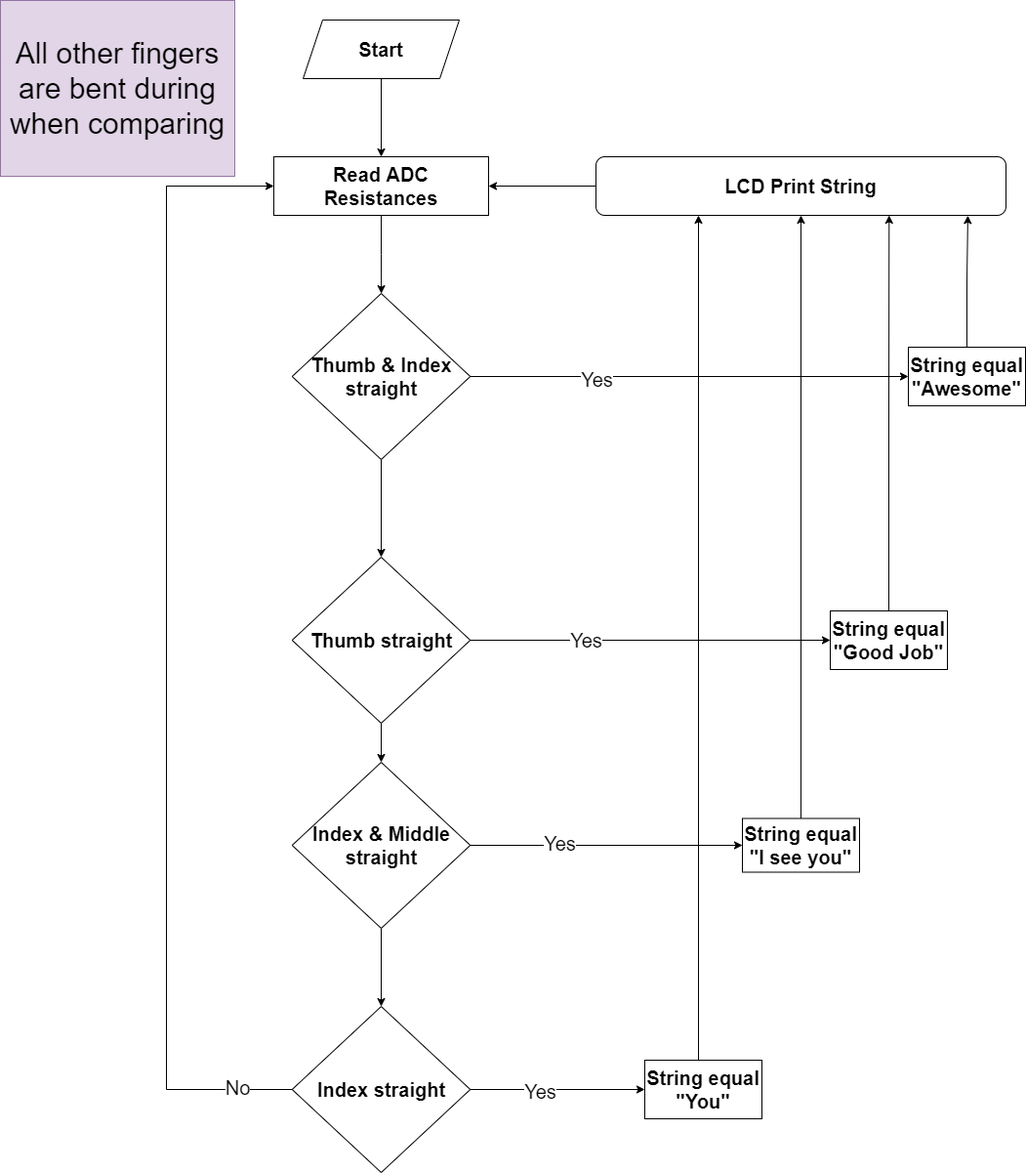
The draw.io diagram Glove FlowChart.png in NourAbdellatif/AMIT-Project, before a commit. Source tidied: cells renumbered, new cells last; positions are measured from the earlier drawing's top-left corner, leaving out a move shared by most shapes. Its diagram source:
```xml
<mxGraphModel>
  <root>
    <mxCell id="0" />
    <mxCell id="1" parent="0" />
    <mxCell id="2" style="edgeStyle=orthogonalEdgeStyle;rounded=0;jettySize=auto;html=1;fontSize=20;" parent="1" edge="1" source="3" target="5">
      <mxGeometry relative="1" as="geometry" />
    </mxCell>
    <mxCell id="3" value="&lt;b&gt;&lt;font style=&quot;font-size: 20px&quot;&gt;Start&lt;/font&gt;&lt;/b&gt;" style="shape=parallelogram;perimeter=parallelogramPerimeter;whiteSpace=wrap;html=1;fixedSize=1;" parent="1" vertex="1">
      <mxGeometry x="310" y="20" width="160" height="60" as="geometry" />
    </mxCell>
    <mxCell id="4" style="edgeStyle=orthogonalEdgeStyle;rounded=0;jettySize=auto;html=1;fontSize=20;" parent="1" edge="1" source="5" target="9">
      <mxGeometry relative="1" as="geometry" />
    </mxCell>
    <mxCell id="5" value="Read ADC Resistances" style="whiteSpace=wrap;html=1;fontSize=20;fontStyle=1;" parent="1" vertex="1">
      <mxGeometry x="280" y="160" width="220" height="60" as="geometry" />
    </mxCell>
    <mxCell id="6" style="edgeStyle=orthogonalEdgeStyle;rounded=0;jettySize=auto;html=1;fontSize=20;" parent="1" edge="1" source="9" target="11">
      <mxGeometry relative="1" as="geometry" />
    </mxCell>
    <mxCell id="7" value="Yes" style="edgeLabel;html=1;align=center;verticalAlign=middle;fontSize=20;" parent="6" vertex="1">
      <mxGeometry x="-0.43" y="-2" relative="1" as="geometry" />
    </mxCell>
    <mxCell id="8" style="edgeStyle=orthogonalEdgeStyle;rounded=0;jettySize=auto;html=1;fontSize=20;" parent="1" edge="1" source="9" target="15">
      <mxGeometry relative="1" as="geometry" />
    </mxCell>
    <mxCell id="9" value="Thumb &amp;amp; Index straight" style="rhombus;whiteSpace=wrap;html=1;fontSize=20;fontStyle=1;" parent="1" vertex="1">
      <mxGeometry x="298.8" y="300" width="182.5" height="170" as="geometry" />
    </mxCell>
    <mxCell id="10" style="edgeStyle=orthogonalEdgeStyle;rounded=0;jettySize=auto;html=1;exitX=0.5;exitY=0;exitDx=0;exitDy=0;entryX=0.907;entryY=1.004;entryDx=0;entryDy=0;entryPerimeter=0;fontSize=20;" parent="1" edge="1" source="11" target="24">
      <mxGeometry relative="1" as="geometry" />
    </mxCell>
    <mxCell id="11" value="String equal&lt;br&gt;&quot;Awesome&quot;" style="whiteSpace=wrap;html=1;fontSize=20;fontStyle=1;" parent="1" vertex="1">
      <mxGeometry x="930" y="355" width="120" height="60" as="geometry" />
    </mxCell>
    <mxCell id="12" style="edgeStyle=orthogonalEdgeStyle;rounded=0;jettySize=auto;html=1;fontSize=20;" parent="1" edge="1" source="15" target="17">
      <mxGeometry relative="1" as="geometry" />
    </mxCell>
    <mxCell id="13" value="Yes" style="edgeLabel;html=1;align=center;verticalAlign=middle;fontSize=20;" parent="12" vertex="1">
      <mxGeometry x="-0.36" y="1" relative="1" as="geometry" />
    </mxCell>
    <mxCell id="14" style="edgeStyle=orthogonalEdgeStyle;rounded=0;jettySize=auto;html=1;fontSize=20;" parent="1" edge="1" source="15" target="21">
      <mxGeometry relative="1" as="geometry" />
    </mxCell>
    <mxCell id="15" value="Thumb straight" style="rhombus;whiteSpace=wrap;html=1;fontSize=20;fontStyle=1;" parent="1" vertex="1">
      <mxGeometry x="298.8" y="570" width="182.5" height="170" as="geometry" />
    </mxCell>
    <mxCell id="16" style="edgeStyle=orthogonalEdgeStyle;rounded=0;jettySize=auto;html=1;exitX=0.5;exitY=0;exitDx=0;exitDy=0;entryX=0.715;entryY=1;entryDx=0;entryDy=0;entryPerimeter=0;fontSize=20;" parent="1" edge="1" source="17" target="24">
      <mxGeometry relative="1" as="geometry" />
    </mxCell>
    <mxCell id="17" value="String equal&lt;br&gt;&quot;Good Job&quot;" style="whiteSpace=wrap;html=1;fontSize=20;fontStyle=1;" parent="1" vertex="1">
      <mxGeometry x="850" y="625" width="120" height="60" as="geometry" />
    </mxCell>
    <mxCell id="18" style="edgeStyle=orthogonalEdgeStyle;rounded=0;jettySize=auto;html=1;fontSize=20;" parent="1" edge="1" source="21" target="26">
      <mxGeometry relative="1" as="geometry" />
    </mxCell>
    <mxCell id="19" value="Yes" style="edgeLabel;html=1;align=center;verticalAlign=middle;fontSize=20;" parent="18" vertex="1">
      <mxGeometry x="-0.35" y="3" relative="1" as="geometry" />
    </mxCell>
    <mxCell id="20" style="edgeStyle=orthogonalEdgeStyle;rounded=0;jettySize=auto;html=1;fontSize=20;" parent="1" edge="1" source="21" target="31">
      <mxGeometry relative="1" as="geometry" />
    </mxCell>
    <mxCell id="21" value="Index &amp;amp; Middle straight" style="rhombus;whiteSpace=wrap;html=1;fontSize=20;fontStyle=1;" parent="1" vertex="1">
      <mxGeometry x="298.8" y="780" width="182.5" height="170" as="geometry" />
    </mxCell>
    <mxCell id="22" value="All other fingers are bent during when comparing" style="text;html=1;strokeColor=#9673a6;fillColor=#e1d5e7;align=center;verticalAlign=middle;whiteSpace=wrap;rounded=0;fontSize=30;" parent="1" vertex="1">
      <mxGeometry width="240" height="180" as="geometry" />
    </mxCell>
    <mxCell id="23" style="edgeStyle=orthogonalEdgeStyle;rounded=0;jettySize=auto;html=1;exitX=0;exitY=0.5;exitDx=0;exitDy=0;entryX=1;entryY=0.5;entryDx=0;entryDy=0;fontSize=20;" parent="1" edge="1" source="24" target="5">
      <mxGeometry relative="1" as="geometry" />
    </mxCell>
    <mxCell id="24" value="LCD Print String" style="rounded=1;whiteSpace=wrap;html=1;fontSize=20;fontStyle=1;" parent="1" vertex="1">
      <mxGeometry x="610" y="160" width="420" height="60" as="geometry" />
    </mxCell>
    <mxCell id="25" style="edgeStyle=orthogonalEdgeStyle;rounded=0;jettySize=auto;html=1;exitX=0.5;exitY=0;exitDx=0;exitDy=0;entryX=0.5;entryY=1;entryDx=0;entryDy=0;fontSize=20;" parent="1" edge="1" source="26" target="24">
      <mxGeometry relative="1" as="geometry" />
    </mxCell>
    <mxCell id="26" value="String equal&lt;br&gt;&quot;I see you&quot;" style="whiteSpace=wrap;html=1;fontSize=20;fontStyle=1;" parent="1" vertex="1">
      <mxGeometry x="760" y="837.5" width="120" height="55" as="geometry" />
    </mxCell>
    <mxCell id="27" style="edgeStyle=orthogonalEdgeStyle;rounded=0;jettySize=auto;html=1;fontSize=20;" parent="1" edge="1" source="31" target="33">
      <mxGeometry relative="1" as="geometry" />
    </mxCell>
    <mxCell id="28" value="Yes" style="edgeLabel;html=1;align=center;verticalAlign=middle;fontSize=20;" parent="27" vertex="1">
      <mxGeometry x="-0.21" y="-1" relative="1" as="geometry" />
    </mxCell>
    <mxCell id="29" style="edgeStyle=orthogonalEdgeStyle;rounded=0;jettySize=auto;html=1;exitX=0;exitY=0.5;exitDx=0;exitDy=0;entryX=0;entryY=0.5;entryDx=0;entryDy=0;fontSize=20;" parent="1" edge="1" source="31" target="5">
      <mxGeometry relative="1" as="geometry">
        <Array as="points">
          <mxPoint x="170" y="1115" />
          <mxPoint x="170" y="190" />
        </Array>
      </mxGeometry>
    </mxCell>
    <mxCell id="30" value="No" style="edgeLabel;html=1;align=center;verticalAlign=middle;fontSize=20;" parent="29" vertex="1">
      <mxGeometry x="-0.91" y="-3" relative="1" as="geometry">
        <mxPoint x="-1" as="offset" />
      </mxGeometry>
    </mxCell>
    <mxCell id="31" value="Index straight" style="rhombus;whiteSpace=wrap;html=1;fontSize=20;fontStyle=1;" parent="1" vertex="1">
      <mxGeometry x="298.8" y="1030" width="182.5" height="170" as="geometry" />
    </mxCell>
    <mxCell id="32" style="edgeStyle=orthogonalEdgeStyle;rounded=0;jettySize=auto;html=1;exitX=0.5;exitY=0;exitDx=0;exitDy=0;entryX=0.25;entryY=1;entryDx=0;entryDy=0;fontSize=20;" parent="1" edge="1" source="33" target="24">
      <mxGeometry relative="1" as="geometry">
        <Array as="points">
          <mxPoint x="715" y="1085" />
        </Array>
      </mxGeometry>
    </mxCell>
    <mxCell id="33" value="String equal&lt;br&gt;&quot;You&quot;" style="whiteSpace=wrap;html=1;fontSize=20;fontStyle=1;" parent="1" vertex="1">
      <mxGeometry x="660" y="1085" width="120" height="60" as="geometry" />
    </mxCell>
  </root>
</mxGraphModel>
```
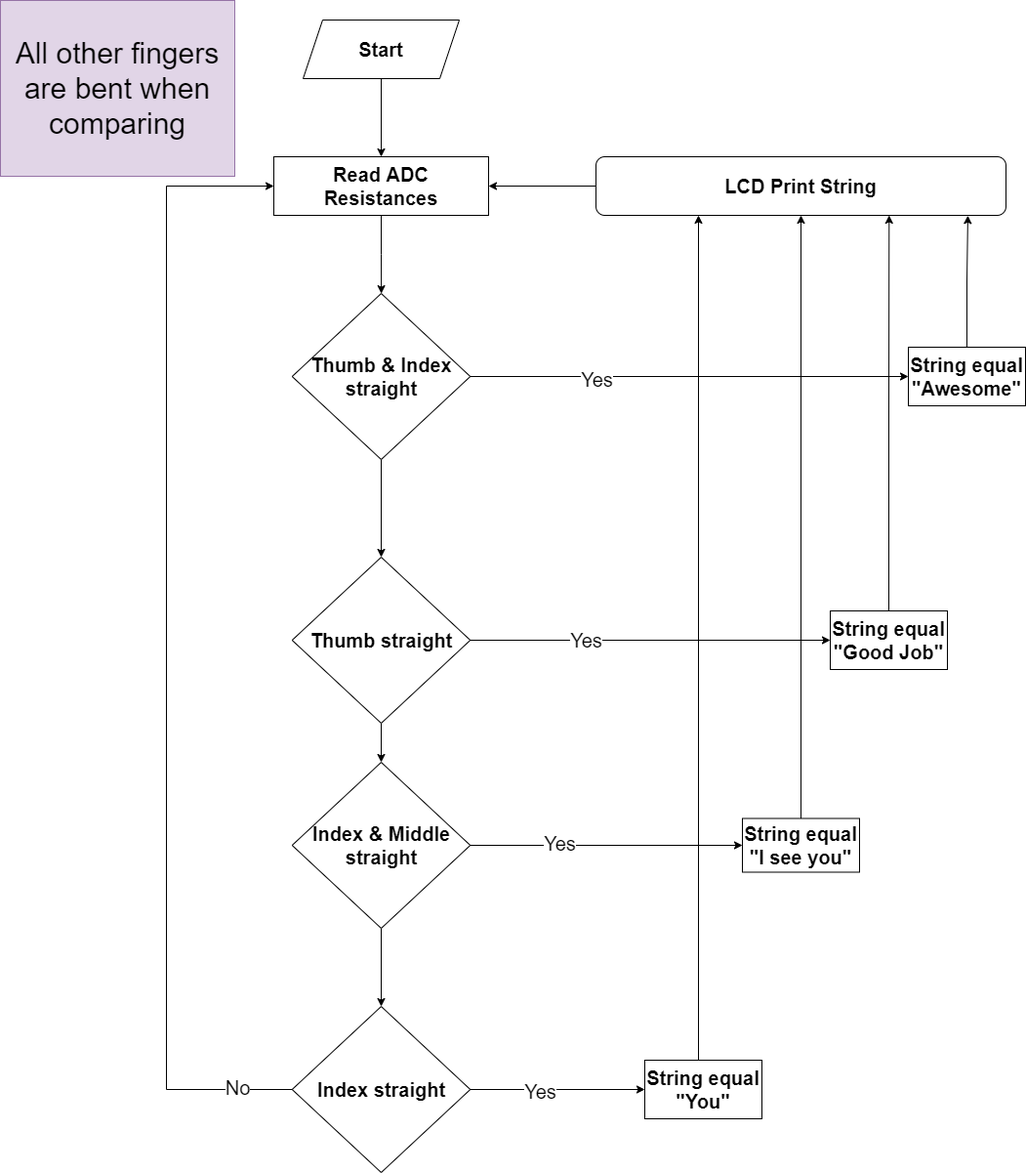
Above is the later version.

Diff of the diagram source:
```diff
@@ -62,7 +62,7 @@
     <mxCell id="21" value="Index &amp;amp; Middle straight" style="rhombus;whiteSpace=wrap;html=1;fontSize=20;fontStyle=1;" parent="1" vertex="1">
       <mxGeometry x="298.8" y="780" width="182.5" height="170" as="geometry" />
     </mxCell>
-    <mxCell id="22" value="All other fingers are bent during when comparing" style="text;html=1;strokeColor=#9673a6;fillColor=#e1d5e7;align=center;verticalAlign=middle;whiteSpace=wrap;rounded=0;fontSize=30;" parent="1" vertex="1">
+    <mxCell id="22" value="All other fingers are bent when comparing" style="text;html=1;strokeColor=#9673a6;fillColor=#e1d5e7;align=center;verticalAlign=middle;whiteSpace=wrap;rounded=0;fontSize=30;" parent="1" vertex="1">
       <mxGeometry width="240" height="180" as="geometry" />
     </mxCell>
     <mxCell id="23" style="edgeStyle=orthogonalEdgeStyle;rounded=0;jettySize=auto;html=1;exitX=0;exitY=0.5;exitDx=0;exitDy=0;entryX=1;entryY=0.5;entryDx=0;entryDy=0;fontSize=20;" parent="1" edge="1" source="24" target="5">
```
